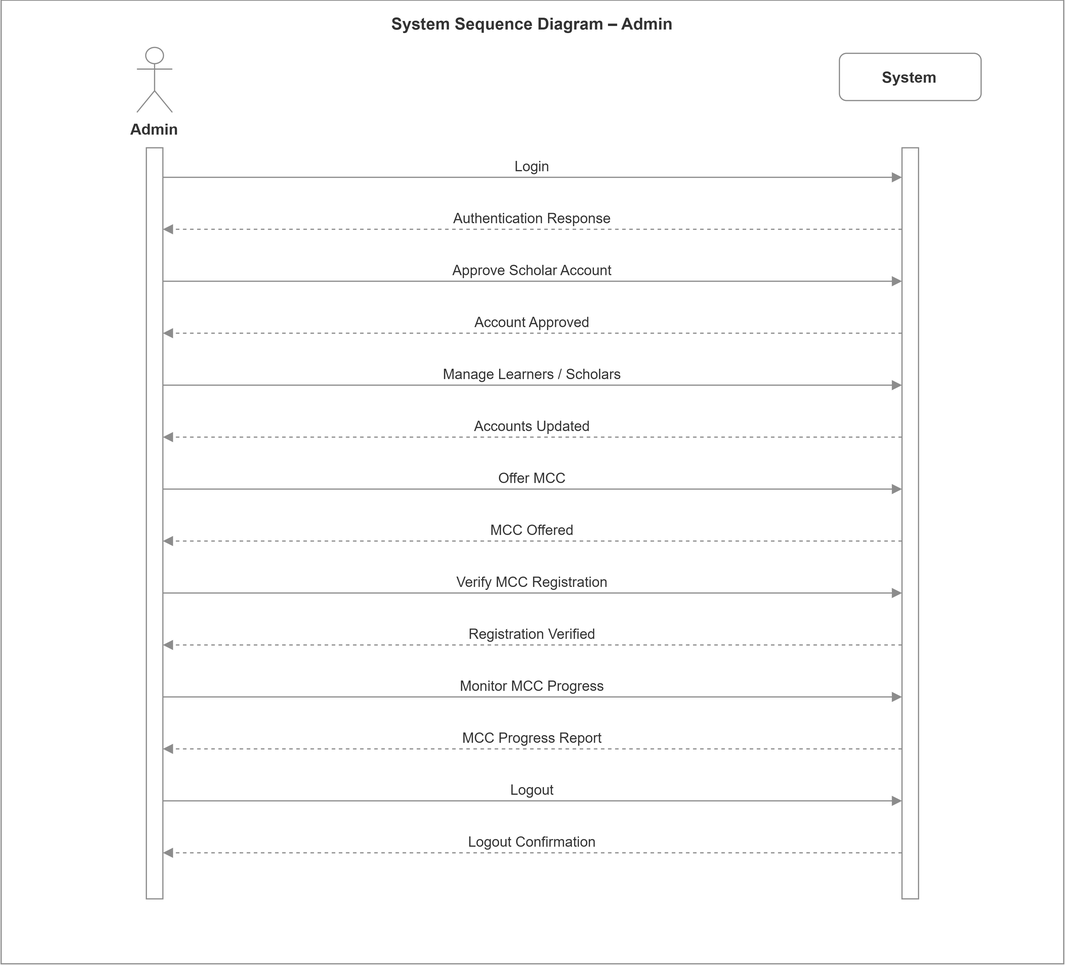
Earlier version of the draw.io export Design Diagrams/4a. SSD Admin.png (Malik-Zain-555/MUDABBIR-FYP). Source tidied: cells renumbered, new cells last; positions are measured from the earlier drawing's top-left corner, leaving out a move shared by most shapes. The source it was exported from:
```xml
<mxGraphModel>
  <root>
    <mxCell id="0" />
    <mxCell id="1" parent="0" />
    <mxCell id="2" style="rounded=0;whiteSpace=wrap;html=1;fillColor=none;strokeColor=#8c8c8c;" parent="1" vertex="1">
      <mxGeometry x="0.5" y="-0.4" width="900" height="816" as="geometry" />
    </mxCell>
    <mxCell id="3" value="System Sequence Diagram – Admin" style="text;html=1;align=center;verticalAlign=middle;fontSize=14;fontStyle=1;fontColor=#333333;" parent="1" vertex="1">
      <mxGeometry x="250.5" y="7.6" width="400" height="24" as="geometry" />
    </mxCell>
    <mxCell id="4" value="Admin" style="shape=umlActor;verticalLabelPosition=bottom;verticalAlign=top;html=1;strokeColor=#8c8c8c;fillColor=none;fontColor=#333333;fontStyle=1;fontSize=13;" parent="1" vertex="1">
      <mxGeometry x="115.5" y="39.6" width="30" height="55" as="geometry" />
    </mxCell>
    <mxCell id="5" value="System" style="rounded=1;whiteSpace=wrap;html=1;fillColor=none;strokeColor=#8c8c8c;fontColor=#333333;fontStyle=1;fontSize=13;" parent="1" vertex="1">
      <mxGeometry x="710.5" y="44.6" width="120" height="40" as="geometry" />
    </mxCell>
    <mxCell id="6" style="rounded=0;whiteSpace=wrap;html=1;fillColor=#ffffff;strokeColor=#8c8c8c;" parent="1" vertex="1">
      <mxGeometry x="123.5" y="124.6" width="14" height="636" as="geometry" />
    </mxCell>
    <mxCell id="7" style="rounded=0;whiteSpace=wrap;html=1;fillColor=#ffffff;strokeColor=#8c8c8c;" parent="1" vertex="1">
      <mxGeometry x="763.5" y="124.6" width="14" height="636" as="geometry" />
    </mxCell>
    <mxCell id="8" value="Login" style="html=1;verticalAlign=bottom;endArrow=block;endFill=1;curved=0;rounded=0;strokeColor=#8c8c8c;fontColor=#333333;fontSize=12;labelBackgroundColor=none;" parent="1" edge="1">
      <mxGeometry relative="1" as="geometry">
        <mxPoint x="137.5" y="149.6" as="sourcePoint" />
        <mxPoint x="763.5" y="149.6" as="targetPoint" />
      </mxGeometry>
    </mxCell>
    <mxCell id="9" value="Authentication Response" style="html=1;verticalAlign=bottom;endArrow=block;endFill=1;curved=0;rounded=0;strokeColor=#8c8c8c;fontColor=#333333;fontSize=12;labelBackgroundColor=none;dashed=1;" parent="1" edge="1">
      <mxGeometry relative="1" as="geometry">
        <mxPoint x="763.5" y="193.6" as="sourcePoint" />
        <mxPoint x="137.5" y="193.6" as="targetPoint" />
      </mxGeometry>
    </mxCell>
    <mxCell id="10" value="Approve Scholar Account" style="html=1;verticalAlign=bottom;endArrow=block;endFill=1;curved=0;rounded=0;strokeColor=#8c8c8c;fontColor=#333333;fontSize=12;labelBackgroundColor=none;" parent="1" edge="1">
      <mxGeometry relative="1" as="geometry">
        <mxPoint x="137.5" y="237.6" as="sourcePoint" />
        <mxPoint x="763.5" y="237.6" as="targetPoint" />
      </mxGeometry>
    </mxCell>
    <mxCell id="11" value="Account Approved" style="html=1;verticalAlign=bottom;endArrow=block;endFill=1;curved=0;rounded=0;strokeColor=#8c8c8c;fontColor=#333333;fontSize=12;labelBackgroundColor=none;dashed=1;" parent="1" edge="1">
      <mxGeometry relative="1" as="geometry">
        <mxPoint x="763.5" y="281.6" as="sourcePoint" />
        <mxPoint x="137.5" y="281.6" as="targetPoint" />
      </mxGeometry>
    </mxCell>
    <mxCell id="12" value="Manage Learners / Scholars" style="html=1;verticalAlign=bottom;endArrow=block;endFill=1;curved=0;rounded=0;strokeColor=#8c8c8c;fontColor=#333333;fontSize=12;labelBackgroundColor=none;" parent="1" edge="1">
      <mxGeometry relative="1" as="geometry">
        <mxPoint x="137.5" y="325.6" as="sourcePoint" />
        <mxPoint x="763.5" y="325.6" as="targetPoint" />
      </mxGeometry>
    </mxCell>
    <mxCell id="13" value="Accounts Updated" style="html=1;verticalAlign=bottom;endArrow=block;endFill=1;curved=0;rounded=0;strokeColor=#8c8c8c;fontColor=#333333;fontSize=12;labelBackgroundColor=none;dashed=1;" parent="1" edge="1">
      <mxGeometry relative="1" as="geometry">
        <mxPoint x="763.5" y="369.6" as="sourcePoint" />
        <mxPoint x="137.5" y="369.6" as="targetPoint" />
      </mxGeometry>
    </mxCell>
    <mxCell id="14" value="Offer MCC" style="html=1;verticalAlign=bottom;endArrow=block;endFill=1;curved=0;rounded=0;strokeColor=#8c8c8c;fontColor=#333333;fontSize=12;labelBackgroundColor=none;" parent="1" edge="1">
      <mxGeometry relative="1" as="geometry">
        <mxPoint x="137.5" y="413.6" as="sourcePoint" />
        <mxPoint x="763.5" y="413.6" as="targetPoint" />
      </mxGeometry>
    </mxCell>
    <mxCell id="15" value="MCC Offered" style="html=1;verticalAlign=bottom;endArrow=block;endFill=1;curved=0;rounded=0;strokeColor=#8c8c8c;fontColor=#333333;fontSize=12;labelBackgroundColor=none;dashed=1;" parent="1" edge="1">
      <mxGeometry relative="1" as="geometry">
        <mxPoint x="763.5" y="457.6" as="sourcePoint" />
        <mxPoint x="137.5" y="457.6" as="targetPoint" />
      </mxGeometry>
    </mxCell>
    <mxCell id="16" value="Verify MCC Registration" style="html=1;verticalAlign=bottom;endArrow=block;endFill=1;curved=0;rounded=0;strokeColor=#8c8c8c;fontColor=#333333;fontSize=12;labelBackgroundColor=none;" parent="1" edge="1">
      <mxGeometry relative="1" as="geometry">
        <mxPoint x="137.5" y="501.6" as="sourcePoint" />
        <mxPoint x="763.5" y="501.6" as="targetPoint" />
      </mxGeometry>
    </mxCell>
    <mxCell id="17" value="Registration Verified" style="html=1;verticalAlign=bottom;endArrow=block;endFill=1;curved=0;rounded=0;strokeColor=#8c8c8c;fontColor=#333333;fontSize=12;labelBackgroundColor=none;dashed=1;" parent="1" edge="1">
      <mxGeometry relative="1" as="geometry">
        <mxPoint x="763.5" y="545.6" as="sourcePoint" />
        <mxPoint x="137.5" y="545.6" as="targetPoint" />
      </mxGeometry>
    </mxCell>
    <mxCell id="18" value="Monitor MCC Progress" style="html=1;verticalAlign=bottom;endArrow=block;endFill=1;curved=0;rounded=0;strokeColor=#8c8c8c;fontColor=#333333;fontSize=12;labelBackgroundColor=none;" parent="1" edge="1">
      <mxGeometry relative="1" as="geometry">
        <mxPoint x="137.5" y="589.6" as="sourcePoint" />
        <mxPoint x="763.5" y="589.6" as="targetPoint" />
      </mxGeometry>
    </mxCell>
    <mxCell id="19" value="MCC Progress Report" style="html=1;verticalAlign=bottom;endArrow=block;endFill=1;curved=0;rounded=0;strokeColor=#8c8c8c;fontColor=#333333;fontSize=12;labelBackgroundColor=none;dashed=1;" parent="1" edge="1">
      <mxGeometry relative="1" as="geometry">
        <mxPoint x="763.5" y="633.6" as="sourcePoint" />
        <mxPoint x="137.5" y="633.6" as="targetPoint" />
      </mxGeometry>
    </mxCell>
    <mxCell id="20" value="Logout" style="html=1;verticalAlign=bottom;endArrow=block;endFill=1;curved=0;rounded=0;strokeColor=#8c8c8c;fontColor=#333333;fontSize=12;labelBackgroundColor=none;" parent="1" edge="1">
      <mxGeometry relative="1" as="geometry">
        <mxPoint x="137.5" y="677.6" as="sourcePoint" />
        <mxPoint x="763.5" y="677.6" as="targetPoint" />
      </mxGeometry>
    </mxCell>
    <mxCell id="21" value="Logout Confirmation" style="html=1;verticalAlign=bottom;endArrow=block;endFill=1;curved=0;rounded=0;strokeColor=#8c8c8c;fontColor=#333333;fontSize=12;labelBackgroundColor=none;dashed=1;" parent="1" edge="1">
      <mxGeometry relative="1" as="geometry">
        <mxPoint x="763.5" y="721.6" as="sourcePoint" />
        <mxPoint x="137.5" y="721.6" as="targetPoint" />
      </mxGeometry>
    </mxCell>
  </root>
</mxGraphModel>
```
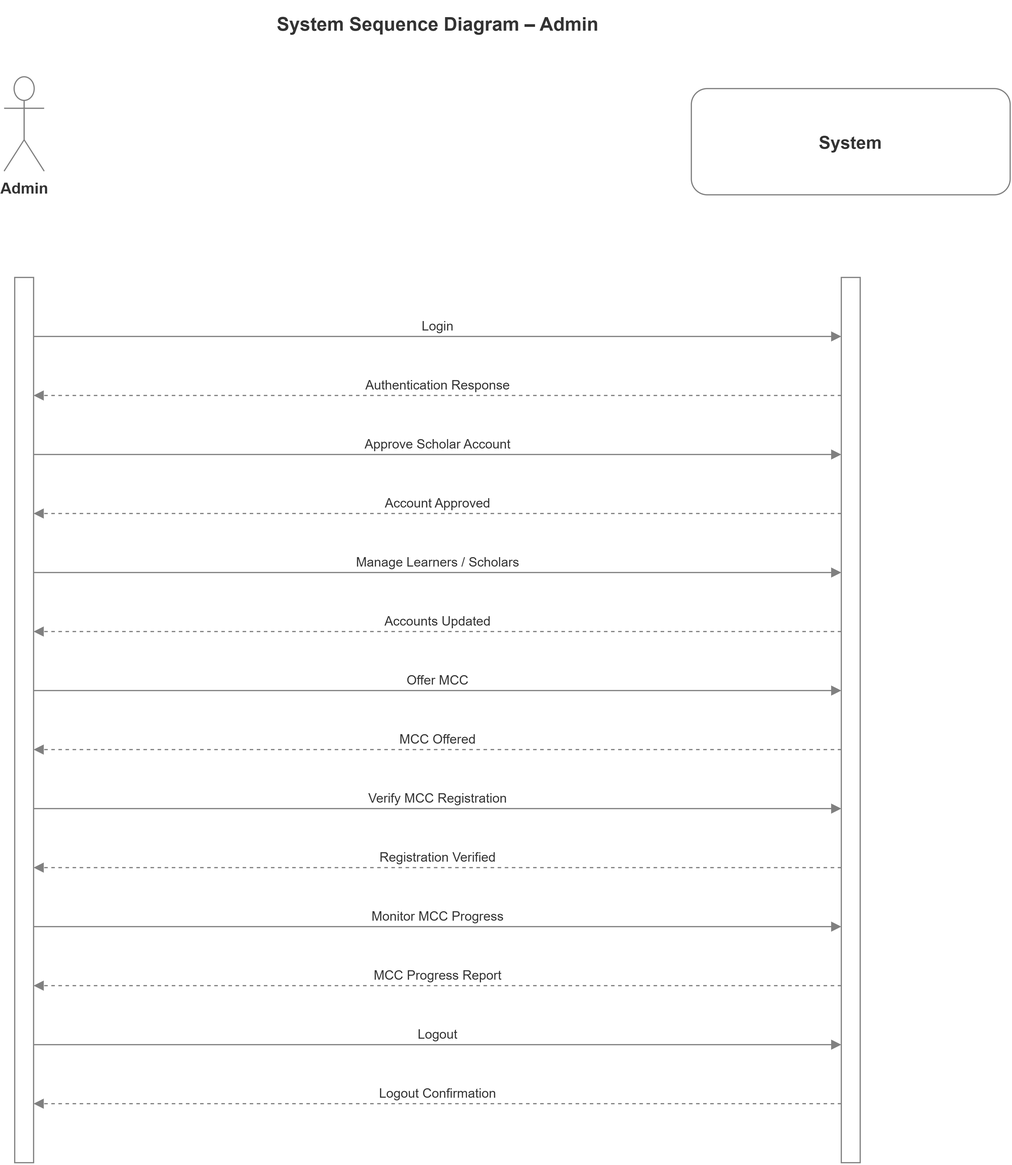
After the commit.

Commit message:
Design Diagrams & database sql files added

Change to the diagram source:
```diff
@@ -2,106 +2,103 @@
   <root>
     <mxCell id="0" />
     <mxCell id="1" parent="0" />
-    <mxCell id="2" style="rounded=0;whiteSpace=wrap;html=1;fillColor=none;strokeColor=#8c8c8c;" parent="1" vertex="1">
-      <mxGeometry x="0.5" y="-0.4" width="900" height="816" as="geometry" />
-    </mxCell>
-    <mxCell id="3" value="System Sequence Diagram – Admin" style="text;html=1;align=center;verticalAlign=middle;fontSize=14;fontStyle=1;fontColor=#333333;" parent="1" vertex="1">
-      <mxGeometry x="250.5" y="7.6" width="400" height="24" as="geometry" />
+    <mxCell id="3" value="System Sequence Diagram – Admin" style="text;html=1;align=center;verticalAlign=middle;fontStyle=1;fontSize=16;fontColor=#333333;" parent="1" vertex="1">
+      <mxGeometry x="-299.1" y="214.5" width="500" height="40" as="geometry" />
     </mxCell>
-    <mxCell id="4" value="Admin" style="shape=umlActor;verticalLabelPosition=bottom;verticalAlign=top;html=1;strokeColor=#8c8c8c;fillColor=none;fontColor=#333333;fontStyle=1;fontSize=13;" parent="1" vertex="1">
-      <mxGeometry x="115.5" y="39.6" width="30" height="55" as="geometry" />
+    <mxCell id="4" value="Admin" style="shape=umlActor;verticalLabelPosition=bottom;verticalAlign=top;html=1;strokeColor=#808080;fontStyle=1;fontSize=13;fontColor=#333333;" parent="1" vertex="1">
+      <mxGeometry x="-416.1" y="279.5" width="34" height="80" as="geometry" />
     </mxCell>
-    <mxCell id="5" value="System" style="rounded=1;whiteSpace=wrap;html=1;fillColor=none;strokeColor=#8c8c8c;fontColor=#333333;fontStyle=1;fontSize=13;" parent="1" vertex="1">
-      <mxGeometry x="710.5" y="44.6" width="120" height="40" as="geometry" />
+    <mxCell id="5" value="System" style="rounded=1;whiteSpace=wrap;html=1;strokeColor=#808080;fontStyle=1;fontSize=15;fontColor=#333333;" parent="1" vertex="1">
+      <mxGeometry x="165.9" y="289.5" width="270" height="90" as="geometry" />
     </mxCell>
-    <mxCell id="6" style="rounded=0;whiteSpace=wrap;html=1;fillColor=#ffffff;strokeColor=#8c8c8c;" parent="1" vertex="1">
-      <mxGeometry x="123.5" y="124.6" width="14" height="636" as="geometry" />
-    </mxCell>
-    <mxCell id="7" style="rounded=0;whiteSpace=wrap;html=1;fillColor=#ffffff;strokeColor=#8c8c8c;" parent="1" vertex="1">
-      <mxGeometry x="763.5" y="124.6" width="14" height="636" as="geometry" />
-    </mxCell>
+    <mxCell id="22" style="html=1;strokeColor=#808080;fillColor=#ffffff;" parent="1" vertex="1">
+      <mxGeometry x="-407.1" y="449.5" width="16" height="750" as="geometry" />
+    </mxCell>
+    <mxCell id="23" style="html=1;strokeColor=#808080;fillColor=#ffffff;" parent="1" vertex="1">
+      <mxGeometry x="292.9" y="449.5" width="16" height="750" as="geometry" />
+    </mxCell>
-    <mxCell id="8" value="Login" style="html=1;verticalAlign=bottom;endArrow=block;endFill=1;curved=0;rounded=0;strokeColor=#8c8c8c;fontColor=#333333;fontSize=12;labelBackgroundColor=none;" parent="1" edge="1">
+    <mxCell id="8" value="Login" style="endArrow=block;endFill=1;html=1;strokeColor=#808080;fontSize=11;fontColor=#333333;verticalAlign=bottom;labelBackgroundColor=none;" parent="1" edge="1">
       <mxGeometry relative="1" as="geometry">
-        <mxPoint x="137.5" y="149.6" as="sourcePoint" />
-        <mxPoint x="763.5" y="149.6" as="targetPoint" />
+        <mxPoint x="-391.1" y="499.5" as="sourcePoint" />
+        <mxPoint x="292.9" y="499.5" as="targetPoint" />
       </mxGeometry>
     </mxCell>
-    <mxCell id="9" value="Authentication Response" style="html=1;verticalAlign=bottom;endArrow=block;endFill=1;curved=0;rounded=0;strokeColor=#8c8c8c;fontColor=#333333;fontSize=12;labelBackgroundColor=none;dashed=1;" parent="1" edge="1">
+    <mxCell id="9" value="Authentication Response" style="endArrow=block;endFill=1;html=1;strokeColor=#808080;fontSize=11;fontColor=#333333;verticalAlign=bottom;labelBackgroundColor=none;dashed=1;" parent="1" edge="1">
       <mxGeometry relative="1" as="geometry">
-        <mxPoint x="763.5" y="193.6" as="sourcePoint" />
-        <mxPoint x="137.5" y="193.6" as="targetPoint" />
+        <mxPoint x="292.9" y="549.5" as="sourcePoint" />
+        <mxPoint x="-391.1" y="549.5" as="targetPoint" />
       </mxGeometry>
     </mxCell>
-    <mxCell id="10" value="Approve Scholar Account" style="html=1;verticalAlign=bottom;endArrow=block;endFill=1;curved=0;rounded=0;strokeColor=#8c8c8c;fontColor=#333333;fontSize=12;labelBackgroundColor=none;" parent="1" edge="1">
+    <mxCell id="10" value="Approve Scholar Account" style="endArrow=block;endFill=1;html=1;strokeColor=#808080;fontSize=11;fontColor=#333333;verticalAlign=bottom;labelBackgroundColor=none;" parent="1" edge="1">
       <mxGeometry relative="1" as="geometry">
-        <mxPoint x="137.5" y="237.6" as="sourcePoint" />
-        <mxPoint x="763.5" y="237.6" as="targetPoint" />
+        <mxPoint x="-391.1" y="599.5" as="sourcePoint" />
+        <mxPoint x="292.9" y="599.5" as="targetPoint" />
       </mxGeometry>
     </mxCell>
-    <mxCell id="11" value="Account Approved" style="html=1;verticalAlign=bottom;endArrow=block;endFill=1;curved=0;rounded=0;strokeColor=#8c8c8c;fontColor=#333333;fontSize=12;labelBackgroundColor=none;dashed=1;" parent="1" edge="1">
+    <mxCell id="11" value="Account Approved" style="endArrow=block;endFill=1;html=1;strokeColor=#808080;fontSize=11;fontColor=#333333;verticalAlign=bottom;labelBackgroundColor=none;dashed=1;" parent="1" edge="1">
       <mxGeometry relative="1" as="geometry">
-        <mxPoint x="763.5" y="281.6" as="sourcePoint" />
-        <mxPoint x="137.5" y="281.6" as="targetPoint" />
+        <mxPoint x="292.9" y="649.5" as="sourcePoint" />
+        <mxPoint x="-391.1" y="649.5" as="targetPoint" />
       </mxGeometry>
     </mxCell>
-    <mxCell id="12" value="Manage Learners / Scholars" style="html=1;verticalAlign=bottom;endArrow=block;endFill=1;curved=0;rounded=0;strokeColor=#8c8c8c;fontColor=#333333;fontSize=12;labelBackgroundColor=none;" parent="1" edge="1">
+    <mxCell id="12" value="Manage Learners / Scholars" style="endArrow=block;endFill=1;html=1;strokeColor=#808080;fontSize=11;fontColor=#333333;verticalAlign=bottom;labelBackgroundColor=none;" parent="1" edge="1">
       <mxGeometry relative="1" as="geometry">
-        <mxPoint x="137.5" y="325.6" as="sourcePoint" />
-        <mxPoint x="763.5" y="325.6" as="targetPoint" />
+        <mxPoint x="-391.1" y="699.5" as="sourcePoint" />
+        <mxPoint x="292.9" y="699.5" as="targetPoint" />
       </mxGeometry>
     </mxCell>
-    <mxCell id="13" value="Accounts Updated" style="html=1;verticalAlign=bottom;endArrow=block;endFill=1;curved=0;rounded=0;strokeColor=#8c8c8c;fontColor=#333333;fontSize=12;labelBackgroundColor=none;dashed=1;" parent="1" edge="1">
+    <mxCell id="13" value="Accounts Updated" style="endArrow=block;endFill=1;html=1;strokeColor=#808080;fontSize=11;fontColor=#333333;verticalAlign=bottom;labelBackgroundColor=none;dashed=1;" parent="1" edge="1">
       <mxGeometry relative="1" as="geometry">
-        <mxPoint x="763.5" y="369.6" as="sourcePoint" />
-        <mxPoint x="137.5" y="369.6" as="targetPoint" />
+        <mxPoint x="292.9" y="749.5" as="sourcePoint" />
+        <mxPoint x="-391.1" y="749.5" as="targetPoint" />
       </mxGeometry>
     </mxCell>
-    <mxCell id="14" value="Offer MCC" style="html=1;verticalAlign=bottom;endArrow=block;endFill=1;curved=0;rounded=0;strokeColor=#8c8c8c;fontColor=#333333;fontSize=12;labelBackgroundColor=none;" parent="1" edge="1">
+    <mxCell id="14" value="Offer MCC" style="endArrow=block;endFill=1;html=1;strokeColor=#808080;fontSize=11;fontColor=#333333;verticalAlign=bottom;labelBackgroundColor=none;" parent="1" edge="1">
       <mxGeometry relative="1" as="geometry">
-        <mxPoint x="137.5" y="413.6" as="sourcePoint" />
-        <mxPoint x="763.5" y="413.6" as="targetPoint" />
+        <mxPoint x="-391.1" y="799.5" as="sourcePoint" />
+        <mxPoint x="292.9" y="799.5" as="targetPoint" />
       </mxGeometry>
     </mxCell>
-    <mxCell id="15" value="MCC Offered" style="html=1;verticalAlign=bottom;endArrow=block;endFill=1;curved=0;rounded=0;strokeColor=#8c8c8c;fontColor=#333333;fontSize=12;labelBackgroundColor=none;dashed=1;" parent="1" edge="1">
+    <mxCell id="15" value="MCC Offered" style="endArrow=block;endFill=1;html=1;strokeColor=#808080;fontSize=11;fontColor=#333333;verticalAlign=bottom;labelBackgroundColor=none;dashed=1;" parent="1" edge="1">
       <mxGeometry relative="1" as="geometry">
-        <mxPoint x="763.5" y="457.6" as="sourcePoint" />
-        <mxPoint x="137.5" y="457.6" as="targetPoint" />
+        <mxPoint x="292.9" y="849.5" as="sourcePoint" />
+        <mxPoint x="-391.1" y="849.5" as="targetPoint" />
       </mxGeometry>
     </mxCell>
-    <mxCell id="16" value="Verify MCC Registration" style="html=1;verticalAlign=bottom;endArrow=block;endFill=1;curved=0;rounded=0;strokeColor=#8c8c8c;fontColor=#333333;fontSize=12;labelBackgroundColor=none;" parent="1" edge="1">
+    <mxCell id="16" value="Verify MCC Registration" style="endArrow=block;endFill=1;html=1;strokeColor=#808080;fontSize=11;fontColor=#333333;verticalAlign=bottom;labelBackgroundColor=none;" parent="1" edge="1">
       <mxGeometry relative="1" as="geometry">
-        <mxPoint x="137.5" y="501.6" as="sourcePoint" />
-        <mxPoint x="763.5" y="501.6" as="targetPoint" />
+        <mxPoint x="-391.1" y="899.5" as="sourcePoint" />
+        <mxPoint x="292.9" y="899.5" as="targetPoint" />
       </mxGeometry>
     </mxCell>
-    <mxCell id="17" value="Registration Verified" style="html=1;verticalAlign=bottom;endArrow=block;endFill=1;curved=0;rounded=0;strokeColor=#8c8c8c;fontColor=#333333;fontSize=12;labelBackgroundColor=none;dashed=1;" parent="1" edge="1">
+    <mxCell id="17" value="Registration Verified" style="endArrow=block;endFill=1;html=1;strokeColor=#808080;fontSize=11;fontColor=#333333;verticalAlign=bottom;labelBackgroundColor=none;dashed=1;" parent="1" edge="1">
       <mxGeometry relative="1" as="geometry">
-        <mxPoint x="763.5" y="545.6" as="sourcePoint" />
-        <mxPoint x="137.5" y="545.6" as="targetPoint" />
+        <mxPoint x="292.9" y="949.5" as="sourcePoint" />
+        <mxPoint x="-391.1" y="949.5" as="targetPoint" />
       </mxGeometry>
     </mxCell>
-    <mxCell id="18" value="Monitor MCC Progress" style="html=1;verticalAlign=bottom;endArrow=block;endFill=1;curved=0;rounded=0;strokeColor=#8c8c8c;fontColor=#333333;fontSize=12;labelBackgroundColor=none;" parent="1" edge="1">
+    <mxCell id="18" value="Monitor MCC Progress" style="endArrow=block;endFill=1;html=1;strokeColor=#808080;fontSize=11;fontColor=#333333;verticalAlign=bottom;labelBackgroundColor=none;" parent="1" edge="1">
       <mxGeometry relative="1" as="geometry">
-        <mxPoint x="137.5" y="589.6" as="sourcePoint" />
-        <mxPoint x="763.5" y="589.6" as="targetPoint" />
+        <mxPoint x="-391.1" y="999.5" as="sourcePoint" />
+        <mxPoint x="292.9" y="999.5" as="targetPoint" />
       </mxGeometry>
     </mxCell>
-    <mxCell id="19" value="MCC Progress Report" style="html=1;verticalAlign=bottom;endArrow=block;endFill=1;curved=0;rounded=0;strokeColor=#8c8c8c;fontColor=#333333;fontSize=12;labelBackgroundColor=none;dashed=1;" parent="1" edge="1">
+    <mxCell id="19" value="MCC Progress Report" style="endArrow=block;endFill=1;html=1;strokeColor=#808080;fontSize=11;fontColor=#333333;verticalAlign=bottom;labelBackgroundColor=none;dashed=1;" parent="1" edge="1">
       <mxGeometry relative="1" as="geometry">
-        <mxPoint x="763.5" y="633.6" as="sourcePoint" />
-        <mxPoint x="137.5" y="633.6" as="targetPoint" />
+        <mxPoint x="292.9" y="1049.5" as="sourcePoint" />
+        <mxPoint x="-391.1" y="1049.5" as="targetPoint" />
       </mxGeometry>
     </mxCell>
-    <mxCell id="20" value="Logout" style="html=1;verticalAlign=bottom;endArrow=block;endFill=1;curved=0;rounded=0;strokeColor=#8c8c8c;fontColor=#333333;fontSize=12;labelBackgroundColor=none;" parent="1" edge="1">
+    <mxCell id="20" value="Logout" style="endArrow=block;endFill=1;html=1;strokeColor=#808080;fontSize=11;fontColor=#333333;verticalAlign=bottom;labelBackgroundColor=none;" parent="1" edge="1">
       <mxGeometry relative="1" as="geometry">
-        <mxPoint x="137.5" y="677.6" as="sourcePoint" />
-        <mxPoint x="763.5" y="677.6" as="targetPoint" />
+        <mxPoint x="-391.1" y="1099.5" as="sourcePoint" />
+        <mxPoint x="292.9" y="1099.5" as="targetPoint" />
       </mxGeometry>
     </mxCell>
-    <mxCell id="21" value="Logout Confirmation" style="html=1;verticalAlign=bottom;endArrow=block;endFill=1;curved=0;rounded=0;strokeColor=#8c8c8c;fontColor=#333333;fontSize=12;labelBackgroundColor=none;dashed=1;" parent="1" edge="1">
+    <mxCell id="21" value="Logout Confirmation" style="endArrow=block;endFill=1;html=1;strokeColor=#808080;fontSize=11;fontColor=#333333;verticalAlign=bottom;labelBackgroundColor=none;dashed=1;" parent="1" edge="1">
       <mxGeometry relative="1" as="geometry">
-        <mxPoint x="763.5" y="721.6" as="sourcePoint" />
-        <mxPoint x="137.5" y="721.6" as="targetPoint" />
+        <mxPoint x="292.9" y="1149.5" as="sourcePoint" />
+        <mxPoint x="-391.1" y="1149.5" as="targetPoint" />
       </mxGeometry>
     </mxCell>
   </root>
```
